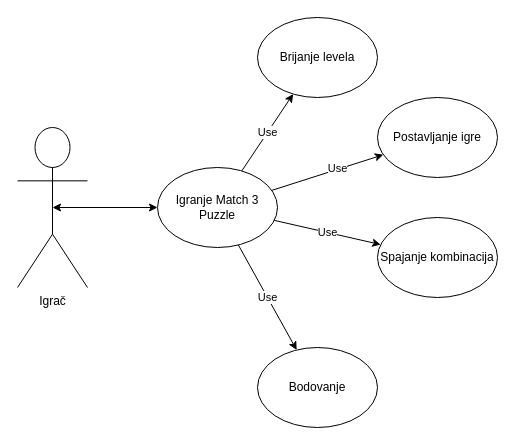
The draw.io diagram page "Use case - igranje Match 3 puzzle" (1 of 3) of Dijagram.drawio in Aytoozi/Match-3-puzzle, before the edit. Source tidied: cells renumbered, new cells numbered last; positions are measured from the earlier drawing's top-left corner, leaving out a move shared by most shapes. Both pictures are drawn from the tidied source at 100%, with x=0, y=0 at pixel (17, 17).
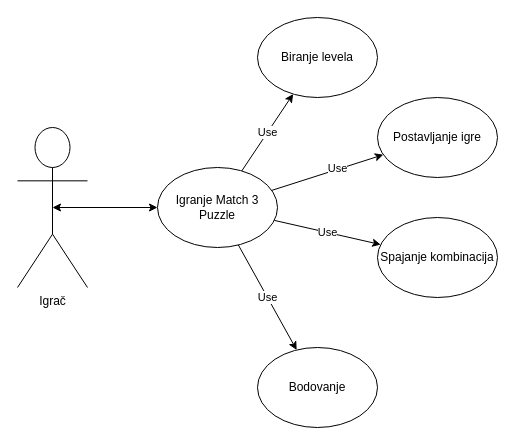
The same page after the edit.

Change to the diagram source:
```diff
@@
 <mxGraphModel>
   <root>
     <mxCell id="0" />
     <mxCell id="1" parent="0" />
     <mxCell id="2" value="Igrač" style="shape=umlActor;verticalLabelPosition=bottom;verticalAlign=top;html=1;outlineConnect=0;" parent="1" vertex="1">
       <mxGeometry y="110" width="70" height="160" as="geometry" />
     </mxCell>
     <mxCell id="3" value="Igranje Match 3 Puzzle" style="ellipse;whiteSpace=wrap;html=1;" parent="1" vertex="1">
       <mxGeometry x="140" y="150" width="120" height="80" as="geometry" />
     </mxCell>
     <mxCell id="4" value="Bodovanje" style="ellipse;whiteSpace=wrap;html=1;" parent="1" vertex="1">
       <mxGeometry x="240" y="330" width="120" height="80" as="geometry" />
     </mxCell>
-    <mxCell id="5" value="Brijanje levela" style="ellipse;whiteSpace=wrap;html=1;" parent="1" vertex="1">
+    <mxCell id="5" value="Biranje levela" style="ellipse;whiteSpace=wrap;html=1;" parent="1" vertex="1">
       <mxGeometry x="240" width="120" height="80" as="geometry" />
     </mxCell>
     <mxCell id="6" value="Postavljanje igre" style="ellipse;whiteSpace=wrap;html=1;" parent="1" vertex="1">
       <mxGeometry x="360" y="80" width="120" height="80" as="geometry" />
     </mxCell>
     <mxCell id="7" value="Spajanje kombinacija" style="ellipse;whiteSpace=wrap;html=1;" parent="1" vertex="1">
       <mxGeometry x="360" y="200" width="120" height="80" as="geometry" />
     </mxCell>
     <mxCell id="8" style="endArrow=classic;startArrow=classic;html=1;exitX=0.5;exitY=0.5;exitDx=0;exitDy=0;exitPerimeter=0;" parent="1" edge="1" source="2" target="3">
       <mxGeometry relative="1" as="geometry" />
     </mxCell>
     <mxCell id="9" value="Use" style="endArrow=classic;html=1;" parent="1" edge="1" source="3" target="4">
       <mxGeometry relative="1" as="geometry" />
     </mxCell>
     <mxCell id="10" value="Use" style="endArrow=classic;html=1;" parent="1" edge="1" source="3" target="7">
       <mxGeometry relative="1" as="geometry" />
     </mxCell>
     <mxCell id="11" style="endArrow=classic;html=1;" parent="1" edge="1" source="3" target="6">
       <mxGeometry relative="1" as="geometry" />
     </mxCell>
     <mxCell id="12" value="Use" style="edgeLabel;html=1;align=center;verticalAlign=middle;" parent="11" vertex="1">
       <mxGeometry x="0.18" y="1" relative="1" as="geometry" />
     </mxCell>
     <mxCell id="13" value="Use" style="endArrow=classic;html=1;" parent="1" edge="1" source="3" target="5">
       <mxGeometry relative="1" as="geometry" />
     </mxCell>
   </root>
 </mxGraphModel>
```
